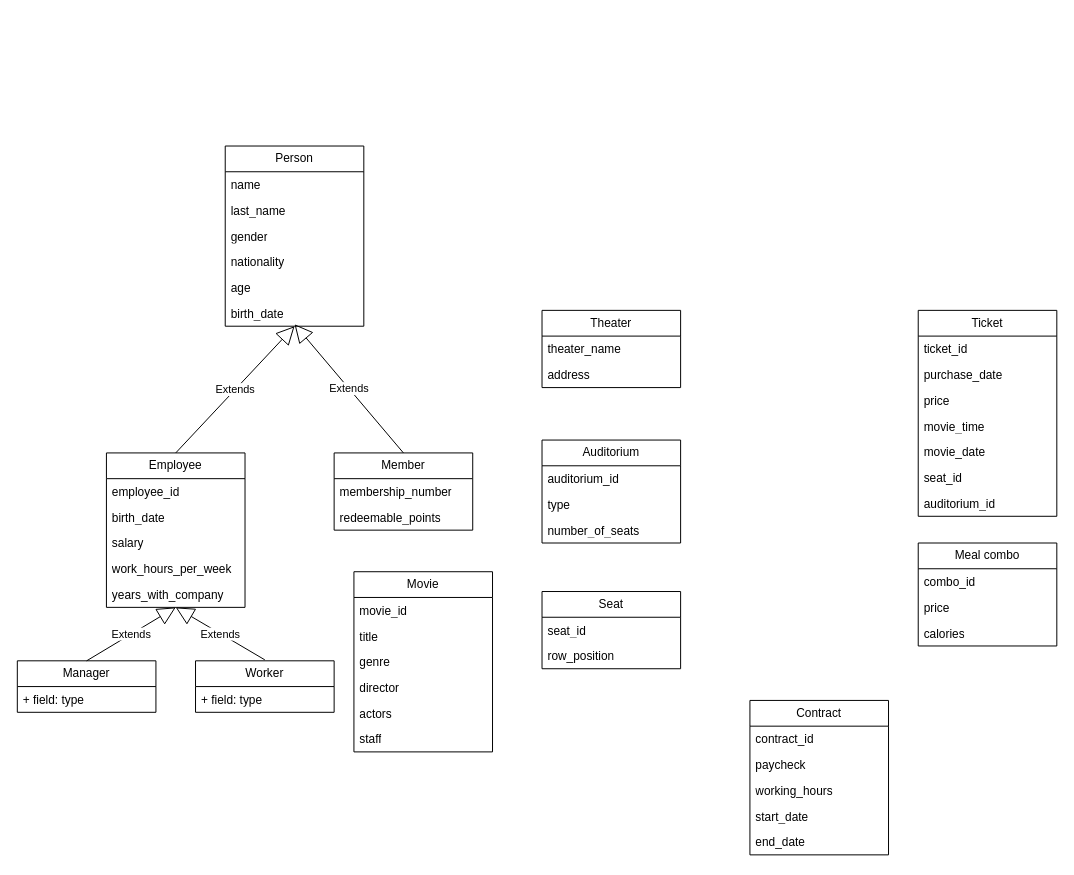
eldridgeS/DSA keeps this draw.io diagram as Part3_Q1.drawio. Above is the earlier version. Source tidied: cells renumbered, new cells numbered last; positions are measured from the earlier drawing's top-left corner, leaving out a move shared by most shapes. Both pictures are drawn from the tidied source at 99%, with x=0, y=0 at pixel (17, 146).
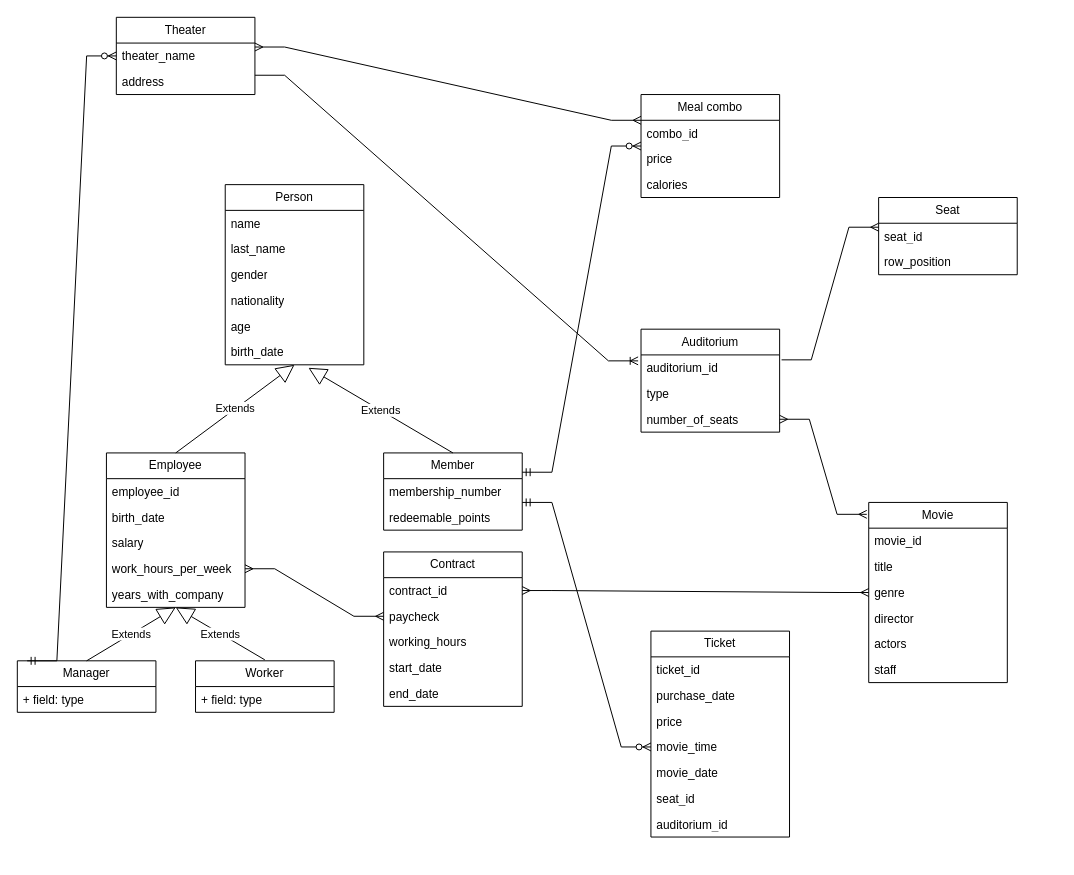
After the change.

The change refers to these unchanged cells:
```xml
<mxCell id="8" value="birth_date" style="text;strokeColor=none;fillColor=none;align=left;verticalAlign=top;spacingLeft=4;spacingRight=4;overflow=hidden;points=[[0,0.5],[1,0.5]];portConstraint=eastwest;whiteSpace=wrap;html=1;" parent="2" vertex="1">
  <mxGeometry y="156" width="140" height="26" as="geometry" />
</mxCell>
<mxCell id="14" value="work_hours_per_week" style="text;strokeColor=none;fillColor=none;align=left;verticalAlign=top;spacingLeft=4;spacingRight=4;overflow=hidden;points=[[0,0.5],[1,0.5]];portConstraint=eastwest;whiteSpace=wrap;html=1;" parent="10" vertex="1">
  <mxGeometry y="104" width="140" height="26" as="geometry" />
</mxCell>
<mxCell id="18" value="redeemable_points" style="text;strokeColor=none;fillColor=none;align=left;verticalAlign=top;spacingLeft=4;spacingRight=4;overflow=hidden;points=[[0,0.5],[1,0.5]];portConstraint=eastwest;whiteSpace=wrap;html=1;" parent="16" vertex="1">
  <mxGeometry y="52" width="140" height="26" as="geometry" />
</mxCell>
<mxCell id="20" value="Manager" style="swimlane;fontStyle=0;horizontal=1;startSize=26;fillColor=none;whiteSpace=wrap;html=1;" parent="1" vertex="1">
  <mxGeometry y="520" width="140" height="52" as="geometry" />
</mxCell>
<mxCell id="27" value="theater_name" style="text;strokeColor=none;fillColor=none;align=left;verticalAlign=top;spacingLeft=4;spacingRight=4;overflow=hidden;points=[[0,0.5],[1,0.5]];portConstraint=eastwest;whiteSpace=wrap;html=1;" parent="26" vertex="1">
  <mxGeometry y="26" width="140" height="26" as="geometry" />
</mxCell>
<mxCell id="30" value="auditorium_id" style="text;strokeColor=none;fillColor=none;align=left;verticalAlign=top;spacingLeft=4;spacingRight=4;overflow=hidden;points=[[0,0.5],[1,0.5]];portConstraint=eastwest;whiteSpace=wrap;html=1;" parent="29" vertex="1">
  <mxGeometry y="26" width="140" height="26" as="geometry" />
</mxCell>
<mxCell id="32" value="number_of_seats" style="text;strokeColor=none;fillColor=none;align=left;verticalAlign=top;spacingLeft=4;spacingRight=4;overflow=hidden;points=[[0,0.5],[1,0.5]];portConstraint=eastwest;whiteSpace=wrap;html=1;" parent="29" vertex="1">
  <mxGeometry y="78" width="140" height="26" as="geometry" />
</mxCell>
<mxCell id="34" value="seat_id" style="text;strokeColor=none;fillColor=none;align=left;verticalAlign=top;spacingLeft=4;spacingRight=4;overflow=hidden;points=[[0,0.5],[1,0.5]];portConstraint=eastwest;whiteSpace=wrap;html=1;" parent="33" vertex="1">
  <mxGeometry y="26" width="140" height="26" as="geometry" />
</mxCell>
<mxCell id="39" value="genre" style="text;strokeColor=none;fillColor=none;align=left;verticalAlign=top;spacingLeft=4;spacingRight=4;overflow=hidden;points=[[0,0.5],[1,0.5]];portConstraint=eastwest;whiteSpace=wrap;html=1;" parent="36" vertex="1">
  <mxGeometry y="78" width="140" height="26" as="geometry" />
</mxCell>
<mxCell id="45" value="paycheck" style="text;strokeColor=none;fillColor=none;align=left;verticalAlign=top;spacingLeft=4;spacingRight=4;overflow=hidden;points=[[0,0.5],[1,0.5]];portConstraint=eastwest;whiteSpace=wrap;html=1;" parent="43" vertex="1">
  <mxGeometry y="52" width="140" height="26" as="geometry" />
</mxCell>
<mxCell id="53" value="movie_time" style="text;strokeColor=none;fillColor=none;align=left;verticalAlign=top;spacingLeft=4;spacingRight=4;overflow=hidden;points=[[0,0.5],[1,0.5]];portConstraint=eastwest;whiteSpace=wrap;html=1;" parent="49" vertex="1">
  <mxGeometry y="104" width="140" height="26" as="geometry" />
</mxCell>
```

Change to the diagram source:
```diff
@@
     <mxCell id="2" value="Person" style="swimlane;fontStyle=0;horizontal=1;startSize=26;fillColor=none;whiteSpace=wrap;html=1;" parent="1" vertex="1">
-      <mxGeometry x="210" width="140" height="182" as="geometry" />
+      <mxGeometry x="210" y="39" width="140" height="182" as="geometry" />
     </mxCell>
@@
     <mxCell id="16" value="Member" style="swimlane;fontStyle=0;horizontal=1;startSize=26;fillColor=none;whiteSpace=wrap;html=1;" parent="1" vertex="1">
-      <mxGeometry x="320" y="310" width="140" height="78" as="geometry" />
+      <mxGeometry x="370" y="310" width="140" height="78" as="geometry" />
     </mxCell>
@@
-    <mxCell id="19" value="Extends" style="endArrow=block;endSize=16;endFill=0;html=1;rounded=0;exitX=0.5;exitY=0;exitDx=0;exitDy=0;" parent="1" edge="1" source="16">
-      <mxGeometry relative="1" as="geometry">
-        <mxPoint x="280" y="180" as="targetPoint" />
-      </mxGeometry>
+    <mxCell id="19" value="Extends" style="endArrow=block;endSize=16;endFill=0;html=1;rounded=0;exitX=0.5;exitY=0;exitDx=0;exitDy=0;entryX=0.6;entryY=1.115;entryDx=0;entryDy=0;entryPerimeter=0;" parent="1" edge="1" source="16" target="8">
+      <mxGeometry relative="1" as="geometry" />
     </mxCell>
@@
     <mxCell id="26" value="Theater" style="swimlane;fontStyle=0;horizontal=1;startSize=26;fillColor=none;whiteSpace=wrap;html=1;" parent="1" vertex="1">
-      <mxGeometry x="530" y="166" width="140" height="78" as="geometry" />
+      <mxGeometry x="100" y="-130" width="140" height="78" as="geometry" />
     </mxCell>
@@
     <mxCell id="29" value="Auditorium" style="swimlane;fontStyle=0;horizontal=1;startSize=26;fillColor=none;whiteSpace=wrap;html=1;" parent="1" vertex="1">
-      <mxGeometry x="530" y="297" width="140" height="104" as="geometry" />
+      <mxGeometry x="630" y="185" width="140" height="104" as="geometry" />
     </mxCell>
@@
     <mxCell id="33" value="Seat" style="swimlane;fontStyle=0;horizontal=1;startSize=26;fillColor=none;whiteSpace=wrap;html=1;" parent="1" vertex="1">
-      <mxGeometry x="530" y="450" width="140" height="78" as="geometry" />
+      <mxGeometry x="870" y="52" width="140" height="78" as="geometry" />
     </mxCell>
@@
     <mxCell id="36" value="Movie" style="swimlane;fontStyle=0;horizontal=1;startSize=26;fillColor=none;whiteSpace=wrap;html=1;" parent="1" vertex="1">
-      <mxGeometry x="340" y="430" width="140" height="182" as="geometry" />
+      <mxGeometry x="860" y="360" width="140" height="182" as="geometry" />
     </mxCell>
@@
     <mxCell id="43" value="Contract" style="swimlane;fontStyle=0;horizontal=1;startSize=26;fillColor=none;whiteSpace=wrap;html=1;" parent="1" vertex="1">
-      <mxGeometry x="740" y="560" width="140" height="156" as="geometry" />
+      <mxGeometry x="370" y="410" width="140" height="156" as="geometry" />
     </mxCell>
@@
     <mxCell id="49" value="Ticket" style="swimlane;fontStyle=0;horizontal=1;startSize=26;fillColor=none;whiteSpace=wrap;html=1;" parent="1" vertex="1">
-      <mxGeometry x="910" y="166" width="140" height="208" as="geometry" />
+      <mxGeometry x="640" y="490" width="140" height="208" as="geometry" />
     </mxCell>
@@
     <mxCell id="57" value="Meal combo" style="swimlane;fontStyle=0;horizontal=1;startSize=26;fillColor=none;whiteSpace=wrap;html=1;" parent="1" vertex="1">
-      <mxGeometry x="910" y="401" width="140" height="104" as="geometry" />
+      <mxGeometry x="630" y="-52" width="140" height="104" as="geometry" />
     </mxCell>
@@
+    <mxCell id="61" style="edgeStyle=entityRelationEdgeStyle;fontSize=12;html=1;endArrow=ERoneToMany;rounded=0;entryX=-0.021;entryY=0.231;entryDx=0;entryDy=0;entryPerimeter=0;exitX=1;exitY=0.75;exitDx=0;exitDy=0;" parent="1" edge="1" source="26" target="30">
+      <mxGeometry relative="1" as="geometry">
+        <Array as="points">
+          <mxPoint x="660" y="202" />
+        </Array>
+      </mxGeometry>
+    </mxCell>
+    <mxCell id="62" style="edgeStyle=entityRelationEdgeStyle;fontSize=12;html=1;endArrow=ERmany;rounded=0;entryX=0;entryY=0.154;entryDx=0;entryDy=0;entryPerimeter=0;exitX=1.014;exitY=0.192;exitDx=0;exitDy=0;exitPerimeter=0;" parent="1" edge="1" source="30" target="34">
+      <mxGeometry relative="1" as="geometry">
+        <Array as="points">
+          <mxPoint x="810" y="270" />
+        </Array>
+      </mxGeometry>
+    </mxCell>
+    <mxCell id="63" style="edgeStyle=entityRelationEdgeStyle;fontSize=12;html=1;endArrow=ERmany;startArrow=ERmany;rounded=0;entryX=-0.014;entryY=0.066;entryDx=0;entryDy=0;entryPerimeter=0;exitX=1;exitY=0.5;exitDx=0;exitDy=0;" parent="1" edge="1" source="32" target="36">
+      <mxGeometry relative="1" as="geometry">
+        <Array as="points">
+          <mxPoint x="960" y="350" />
+          <mxPoint x="930" y="430" />
+          <mxPoint x="920" y="310" />
+        </Array>
+      </mxGeometry>
+    </mxCell>
+    <mxCell id="64" style="edgeStyle=entityRelationEdgeStyle;fontSize=12;html=1;endArrow=ERmany;startArrow=ERmany;rounded=0;exitX=1;exitY=0.5;exitDx=0;exitDy=0;entryX=0;entryY=0.5;entryDx=0;entryDy=0;" parent="1" edge="1" source="14" target="45">
+      <mxGeometry relative="1" as="geometry" />
+    </mxCell>
+    <mxCell id="65" style="edgeStyle=entityRelationEdgeStyle;fontSize=12;html=1;endArrow=ERmany;startArrow=ERmany;rounded=0;entryX=0;entryY=0.5;entryDx=0;entryDy=0;exitX=1;exitY=0.25;exitDx=0;exitDy=0;" parent="1" edge="1" source="43" target="39">
+      <mxGeometry relative="1" as="geometry">
+        <Array as="points">
+          <mxPoint x="720" y="580" />
+          <mxPoint x="730" y="430" />
+        </Array>
+      </mxGeometry>
+    </mxCell>
+    <mxCell id="66" style="edgeStyle=entityRelationEdgeStyle;fontSize=12;html=1;endArrow=ERzeroToMany;startArrow=ERmandOne;rounded=0;entryX=0;entryY=0.5;entryDx=0;entryDy=0;exitX=0.071;exitY=0;exitDx=0;exitDy=0;exitPerimeter=0;" parent="1" edge="1" source="20" target="27">
+      <mxGeometry relative="1" as="geometry">
+        <Array as="points">
+          <mxPoint x="-60" y="500" />
+          <mxPoint x="-10" y="260" />
+          <mxPoint y="-60" />
+          <mxPoint x="10" y="190" />
+          <mxPoint x="70" y="120" />
+          <mxPoint x="20" y="-90" />
+          <mxPoint x="-100" y="410" />
+          <mxPoint x="-10" y="440" />
+        </Array>
+      </mxGeometry>
+    </mxCell>
+    <mxCell id="67" style="edgeStyle=entityRelationEdgeStyle;fontSize=12;html=1;endArrow=ERzeroToMany;startArrow=ERmandOne;rounded=0;entryX=0;entryY=0.5;entryDx=0;entryDy=0;exitX=1;exitY=-0.077;exitDx=0;exitDy=0;exitPerimeter=0;" parent="1" edge="1" source="18" target="53">
+      <mxGeometry relative="1" as="geometry" />
+    </mxCell>
+    <mxCell id="68" style="edgeStyle=entityRelationEdgeStyle;fontSize=12;html=1;endArrow=ERzeroToMany;startArrow=ERmandOne;rounded=0;exitX=1;exitY=0.25;exitDx=0;exitDy=0;entryX=0;entryY=0.5;entryDx=0;entryDy=0;" parent="1" edge="1" source="16" target="57">
+      <mxGeometry relative="1" as="geometry">
+        <Array as="points">
+          <mxPoint x="590" y="250" />
+        </Array>
+      </mxGeometry>
+    </mxCell>
+    <mxCell id="69" style="edgeStyle=entityRelationEdgeStyle;fontSize=12;html=1;endArrow=ERmany;startArrow=ERmany;rounded=0;entryX=0;entryY=0.25;entryDx=0;entryDy=0;" parent="1" edge="1" target="57">
+      <mxGeometry relative="1" as="geometry">
+        <mxPoint x="240" y="-100" as="sourcePoint" />
+      </mxGeometry>
+    </mxCell>
```
